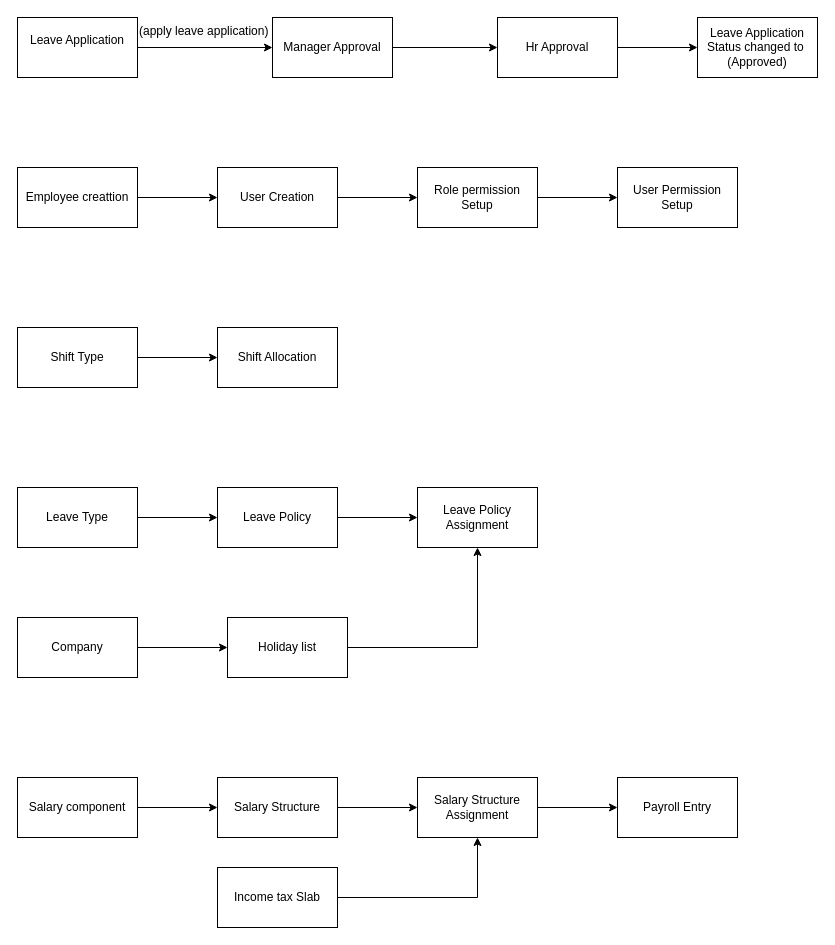
The draw.io diagram Hr Flow.drawio in Kd-ctrl/Hr-Flow, before the edit. Source tidied: cells renumbered, new cells numbered last; positions are measured from the earlier drawing's top-left corner, leaving out a move shared by most shapes. Both pictures are drawn from the tidied source at 100%, with x=0, y=0 at pixel (17, 17).
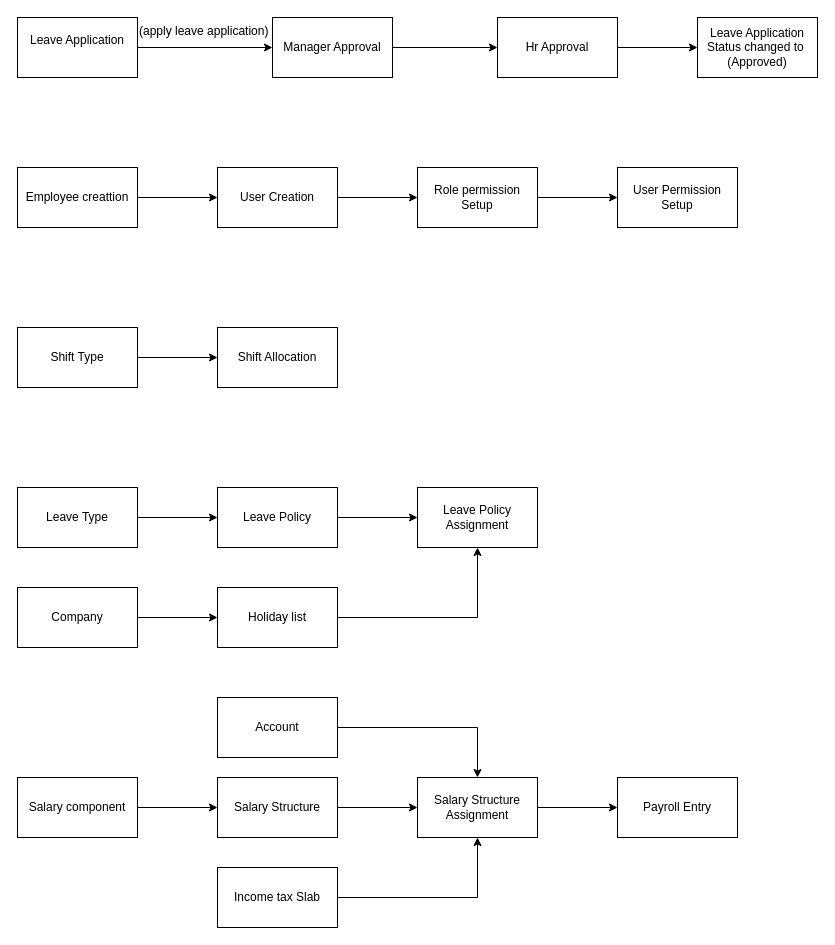
The same page after the edit.

Unchanged cells that the change refers to:
```xml
<mxCell id="34" value="Salary Structure Assignment" style="whiteSpace=wrap;html=1;rounded=0;" parent="1" vertex="1">
  <mxGeometry x="400" y="760" width="120" height="60" as="geometry" />
</mxCell>
```

What changed in the source:
```diff
@@
     <mxCell id="26" value="Holiday list" style="rounded=0;whiteSpace=wrap;html=1;" parent="1" vertex="1">
-      <mxGeometry x="210" y="600" width="120" height="60" as="geometry" />
+      <mxGeometry x="200" y="570" width="120" height="60" as="geometry" />
     </mxCell>
@@
     <mxCell id="28" value="Company" style="rounded=0;whiteSpace=wrap;html=1;" parent="1" vertex="1">
-      <mxGeometry y="600" width="120" height="60" as="geometry" />
+      <mxGeometry y="570" width="120" height="60" as="geometry" />
     </mxCell>
@@
+    <mxCell id="38" style="edgeStyle=orthogonalEdgeStyle;rounded=0;jettySize=auto;html=1;entryX=0.5;entryY=0;entryDx=0;entryDy=0;" parent="1" edge="1" source="39" target="34">
+      <mxGeometry relative="1" as="geometry" />
+    </mxCell>
+    <mxCell id="39" value="Account" style="rounded=0;whiteSpace=wrap;html=1;" parent="1" vertex="1">
+      <mxGeometry x="200" y="680" width="120" height="60" as="geometry" />
+    </mxCell>
```
